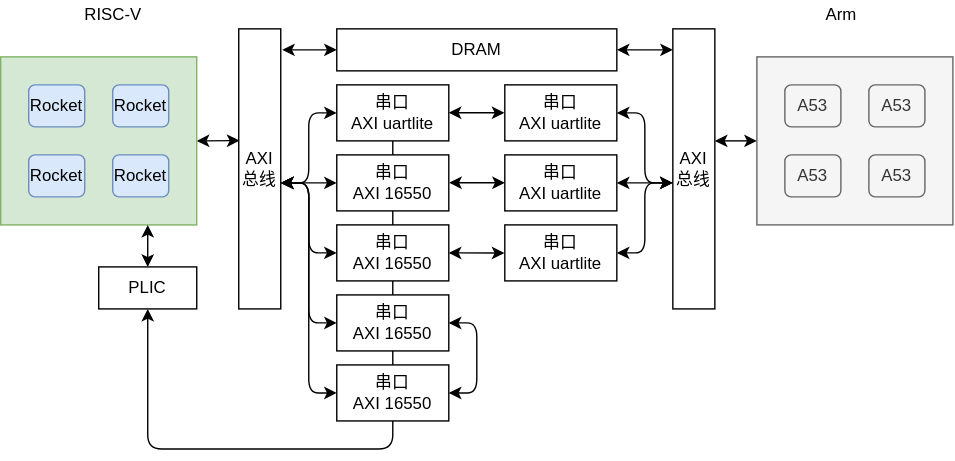
Gallium70/rv-n-ext-impl keeps this draw.io diagram as assets/hardware.drawio.svg. Above is the earlier version. Source tidied: cells renumbered, new cells last; positions are measured from the earlier drawing's top-left corner, leaving out a move shared by most shapes.
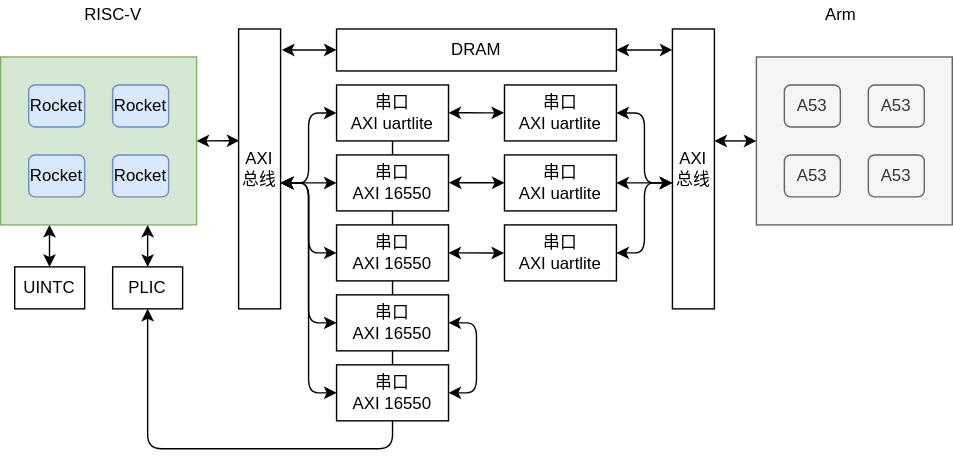
Above is the later version.

Diff of the diagram source:
```diff
@@ -34,7 +34,7 @@
       <mxGeometry relative="1" as="geometry" />
     </mxCell>
     <mxCell id="11" value="PLIC" style="rounded=0;whiteSpace=wrap;html=1;" parent="1" vertex="1">
-      <mxGeometry x="70" y="190" width="70" height="30" as="geometry" />
+      <mxGeometry x="80" y="190" width="50" height="30" as="geometry" />
     </mxCell>
     <mxCell id="12" style="edgeStyle=orthogonalEdgeStyle;rounded=1;jettySize=auto;html=1;exitX=0;exitY=0.5;exitDx=0;exitDy=0;entryX=1.005;entryY=0.55;entryDx=0;entryDy=0;startArrow=classic;startFill=1;entryPerimeter=0;" parent="1" edge="1" source="14" target="35">
       <mxGeometry relative="1" as="geometry" />
@@ -161,5 +161,14 @@
         </Array>
       </mxGeometry>
     </mxCell>
+    <mxCell id="44" value="UINTC" style="rounded=0;whiteSpace=wrap;html=1;" parent="1" vertex="1">
+      <mxGeometry x="10" y="190" width="50" height="30" as="geometry" />
+    </mxCell>
+    <mxCell id="45" style="edgeStyle=orthogonalEdgeStyle;rounded=0;orthogonalLoop=1;jettySize=auto;html=1;exitX=0.5;exitY=0;exitDx=0;exitDy=0;entryX=0.75;entryY=1;entryDx=0;entryDy=0;startArrow=classic;startFill=1;" parent="1" edge="1">
+      <mxGeometry relative="1" as="geometry">
+        <mxPoint x="34.9" y="190" as="sourcePoint" />
+        <mxPoint x="34.9" y="160" as="targetPoint" />
+      </mxGeometry>
+    </mxCell>
   </root>
 </mxGraphModel>
```
